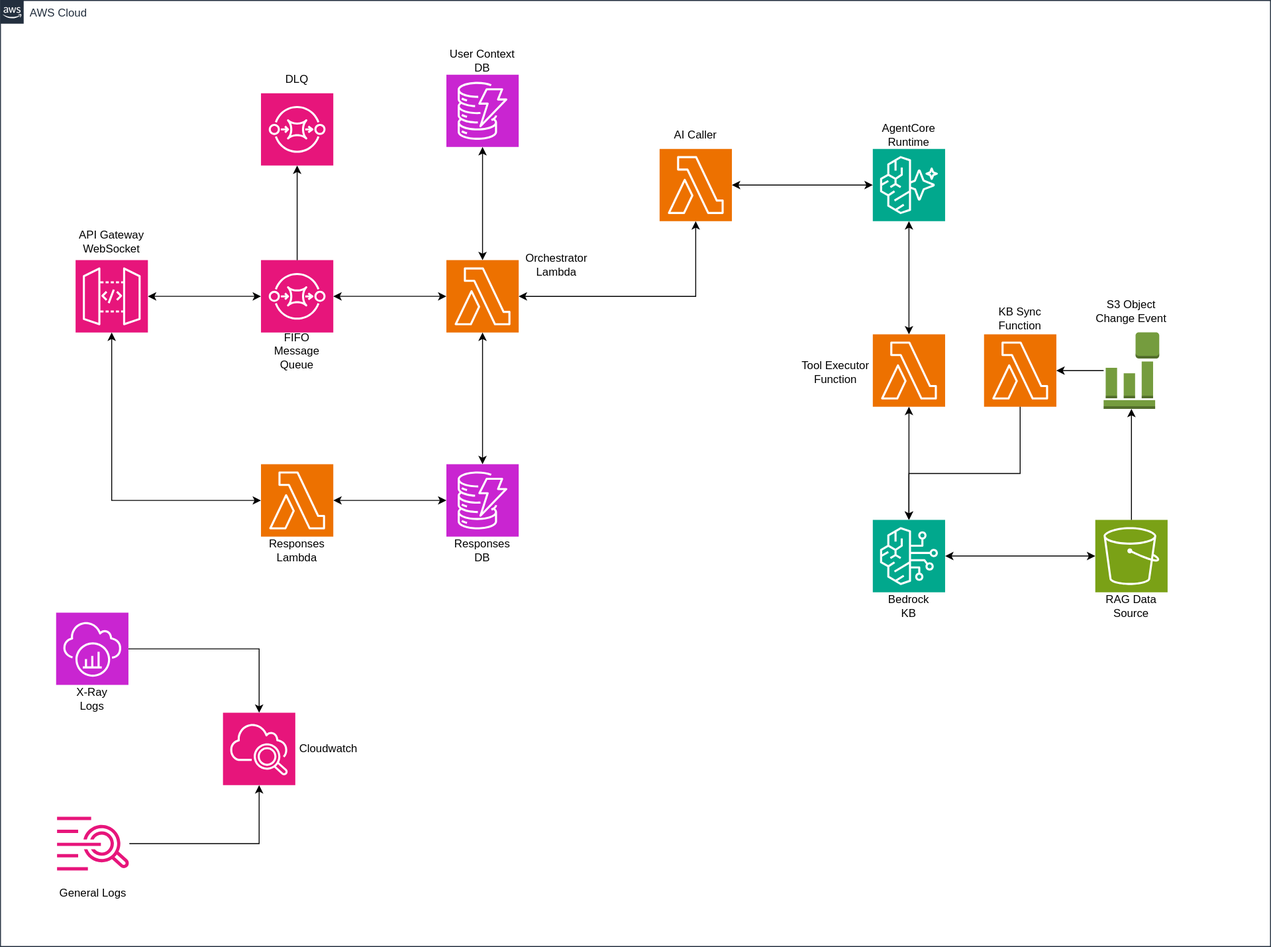
Earlier version of the draw.io export templates/chatbot-rag-agentcore-ws/docs/arquitetura/chatbot-agentcore-ws-non-streaming.drawio.svg (enriqTS/internal-repos-proj). Source tidied: cells renumbered, new cells last; positions are measured from the earlier drawing's top-left corner, leaving out a move shared by most shapes.
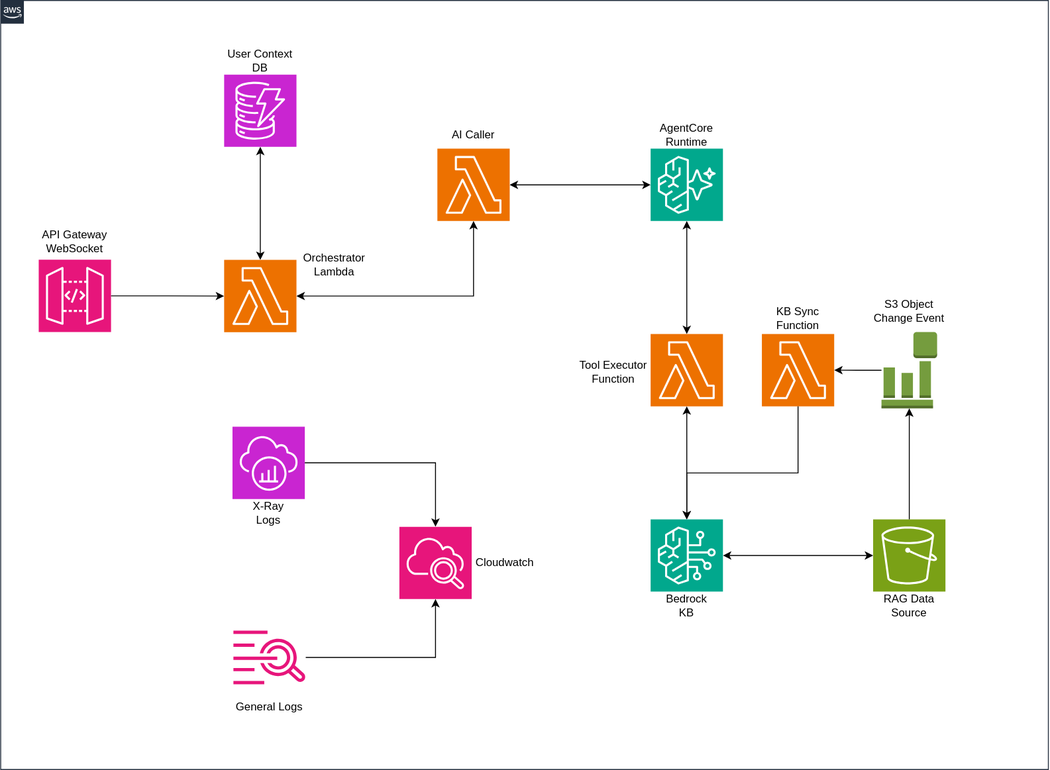
The same diagram one commit later.

Commit message:
docs: update architecture diagrams for WebSocket streaming and non-streaming variants

The edit, as a diff of the source:
```diff
@@ -2,27 +2,15 @@
   <root>
     <mxCell id="0" />
     <mxCell id="1" parent="0" />
-    <mxCell id="2" value="AWS Cloud" style="gradientColor=none;html=1;whiteSpace=wrap;fontSize=12;fontStyle=0;shape=mxgraph.aws4.group;grIcon=mxgraph.aws4.group_aws_cloud_alt;strokeColor=#232F3E;fillColor=none;verticalAlign=top;align=left;spacingLeft=30;fontColor=#232F3E;dashed=0;" parent="1" vertex="1">
-      <mxGeometry width="1370" height="1020" as="geometry" />
+    <mxCell id="2" value=" " style="gradientColor=none;html=1;whiteSpace=wrap;fontSize=12;fontStyle=0;shape=mxgraph.aws4.group;grIcon=mxgraph.aws4.group_aws_cloud_alt;strokeColor=#232F3E;fillColor=none;verticalAlign=top;align=left;spacingLeft=30;fontColor=#232F3E;dashed=0;" parent="1" vertex="1">
+      <mxGeometry x="240" width="1130" height="830" as="geometry" />
     </mxCell>
     <mxCell id="3" style="sketch=0;points=[[0,0,0],[0.25,0,0],[0.5,0,0],[0.75,0,0],[1,0,0],[0,1,0],[0.25,1,0],[0.5,1,0],[0.75,1,0],[1,1,0],[0,0.25,0],[0,0.5,0],[0,0.75,0],[1,0.25,0],[1,0.5,0],[1,0.75,0]];outlineConnect=0;fontColor=#232F3E;fillColor=#E7157B;strokeColor=#ffffff;dashed=0;verticalLabelPosition=bottom;verticalAlign=top;align=center;html=1;fontSize=12;fontStyle=0;shape=mxgraph.aws4.resourceIcon;resIcon=mxgraph.aws4.api_gateway;" parent="1" vertex="1">
-      <mxGeometry x="81" y="280" width="78" height="78" as="geometry" />
+      <mxGeometry x="281" y="279.8" width="78" height="78" as="geometry" />
     </mxCell>
     <mxCell id="4" value="API Gateway WebSocket" style="text;html=1;whiteSpace=wrap;strokeColor=none;fillColor=none;align=center;verticalAlign=middle;rounded=0;" parent="1" vertex="1">
-      <mxGeometry x="80" y="240" width="80" height="40" as="geometry" />
+      <mxGeometry x="280" y="239.8" width="80" height="40" as="geometry" />
     </mxCell>
-    <mxCell id="5" style="sketch=0;points=[[0,0,0],[0.25,0,0],[0.5,0,0],[0.75,0,0],[1,0,0],[0,1,0],[0.25,1,0],[0.5,1,0],[0.75,1,0],[1,1,0],[0,0.25,0],[0,0.5,0],[0,0.75,0],[1,0.25,0],[1,0.5,0],[1,0.75,0]];outlineConnect=0;fontColor=#232F3E;fillColor=#E7157B;strokeColor=#ffffff;dashed=0;verticalLabelPosition=bottom;verticalAlign=top;align=center;html=1;fontSize=12;fontStyle=0;shape=mxgraph.aws4.resourceIcon;resIcon=mxgraph.aws4.sqs;" parent="1" vertex="1">
-      <mxGeometry x="281" y="280" width="78" height="78" as="geometry" />
-    </mxCell>
-    <mxCell id="6" value="FIFO Message Queue" style="text;html=1;whiteSpace=wrap;strokeColor=none;fillColor=none;align=center;verticalAlign=middle;rounded=0;" parent="1" vertex="1">
-      <mxGeometry x="280" y="358" width="80" height="40" as="geometry" />
-    </mxCell>
-    <mxCell id="7" style="sketch=0;points=[[0,0,0],[0.25,0,0],[0.5,0,0],[0.75,0,0],[1,0,0],[0,1,0],[0.25,1,0],[0.5,1,0],[0.75,1,0],[1,1,0],[0,0.25,0],[0,0.5,0],[0,0.75,0],[1,0.25,0],[1,0.5,0],[1,0.75,0]];outlineConnect=0;fontColor=#232F3E;fillColor=#E7157B;strokeColor=#ffffff;dashed=0;verticalLabelPosition=bottom;verticalAlign=top;align=center;html=1;fontSize=12;fontStyle=0;shape=mxgraph.aws4.resourceIcon;resIcon=mxgraph.aws4.sqs;" parent="1" vertex="1">
-      <mxGeometry x="281" y="100" width="78" height="78" as="geometry" />
-    </mxCell>
-    <mxCell id="8" value="DLQ" style="text;html=1;whiteSpace=wrap;strokeColor=none;fillColor=none;align=center;verticalAlign=middle;rounded=0;" parent="1" vertex="1">
-      <mxGeometry x="290" y="70" width="60" height="30" as="geometry" />
-    </mxCell>
     <mxCell id="9" style="sketch=0;points=[[0,0,0],[0.25,0,0],[0.5,0,0],[0.75,0,0],[1,0,0],[0,1,0],[0.25,1,0],[0.5,1,0],[0.75,1,0],[1,1,0],[0,0.25,0],[0,0.5,0],[0,0.75,0],[1,0.25,0],[1,0.5,0],[1,0.75,0]];outlineConnect=0;fontColor=#232F3E;fillColor=#ED7100;strokeColor=#ffffff;dashed=0;verticalLabelPosition=bottom;verticalAlign=top;align=center;html=1;fontSize=12;fontStyle=0;shape=mxgraph.aws4.resourceIcon;resIcon=mxgraph.aws4.lambda;" parent="1" vertex="1">
       <mxGeometry x="481" y="280" width="78" height="78" as="geometry" />
     </mxCell>
@@ -53,18 +41,6 @@
     <mxCell id="18" value="User Context DB" style="text;html=1;whiteSpace=wrap;strokeColor=none;fillColor=none;align=center;verticalAlign=middle;rounded=0;" parent="1" vertex="1">
       <mxGeometry x="480" y="50" width="80" height="30" as="geometry" />
     </mxCell>
-    <mxCell id="19" style="sketch=0;points=[[0,0,0],[0.25,0,0],[0.5,0,0],[0.75,0,0],[1,0,0],[0,1,0],[0.25,1,0],[0.5,1,0],[0.75,1,0],[1,1,0],[0,0.25,0],[0,0.5,0],[0,0.75,0],[1,0.25,0],[1,0.5,0],[1,0.75,0]];outlineConnect=0;fontColor=#232F3E;fillColor=#C925D1;strokeColor=#ffffff;dashed=0;verticalLabelPosition=bottom;verticalAlign=top;align=center;html=1;fontSize=12;fontStyle=0;shape=mxgraph.aws4.resourceIcon;resIcon=mxgraph.aws4.dynamodb;" parent="1" vertex="1">
-      <mxGeometry x="481" y="500" width="78" height="78" as="geometry" />
-    </mxCell>
-    <mxCell id="20" value="Responses DB" style="text;html=1;whiteSpace=wrap;strokeColor=none;fillColor=none;align=center;verticalAlign=middle;rounded=0;" parent="1" vertex="1">
-      <mxGeometry x="480" y="578" width="80" height="30" as="geometry" />
-    </mxCell>
-    <mxCell id="21" style="sketch=0;points=[[0,0,0],[0.25,0,0],[0.5,0,0],[0.75,0,0],[1,0,0],[0,1,0],[0.25,1,0],[0.5,1,0],[0.75,1,0],[1,1,0],[0,0.25,0],[0,0.5,0],[0,0.75,0],[1,0.25,0],[1,0.5,0],[1,0.75,0]];outlineConnect=0;fontColor=#232F3E;fillColor=#ED7100;strokeColor=#ffffff;dashed=0;verticalLabelPosition=bottom;verticalAlign=top;align=center;html=1;fontSize=12;fontStyle=0;shape=mxgraph.aws4.resourceIcon;resIcon=mxgraph.aws4.lambda;" parent="1" vertex="1">
-      <mxGeometry x="281" y="500" width="78" height="78" as="geometry" />
-    </mxCell>
-    <mxCell id="22" value="Responses Lambda" style="text;html=1;whiteSpace=wrap;strokeColor=none;fillColor=none;align=center;verticalAlign=middle;rounded=0;" parent="1" vertex="1">
-      <mxGeometry x="280" y="578" width="80" height="30" as="geometry" />
-    </mxCell>
     <mxCell id="23" style="sketch=0;points=[[0,0,0],[0.25,0,0],[0.5,0,0],[0.75,0,0],[1,0,0],[0,1,0],[0.25,1,0],[0.5,1,0],[0.75,1,0],[1,1,0],[0,0.25,0],[0,0.5,0],[0,0.75,0],[1,0.25,0],[1,0.5,0],[1,0.75,0]];outlineConnect=0;fontColor=#232F3E;fillColor=#01A88D;strokeColor=#ffffff;dashed=0;verticalLabelPosition=bottom;verticalAlign=top;align=center;html=1;fontSize=12;fontStyle=0;shape=mxgraph.aws4.resourceIcon;resIcon=mxgraph.aws4.bedrock;" parent="1" vertex="1">
       <mxGeometry x="941" y="560" width="78" height="78" as="geometry" />
     </mxCell>
@@ -90,32 +66,23 @@
       <mxGeometry x="1060" y="328" width="80" height="30" as="geometry" />
     </mxCell>
     <mxCell id="31" style="sketch=0;points=[[0,0,0],[0.25,0,0],[0.5,0,0],[0.75,0,0],[1,0,0],[0,1,0],[0.25,1,0],[0.5,1,0],[0.75,1,0],[1,1,0],[0,0.25,0],[0,0.5,0],[0,0.75,0],[1,0.25,0],[1,0.5,0],[1,0.75,0]];outlineConnect=0;fontColor=#232F3E;fillColor=#E7157B;strokeColor=#ffffff;dashed=0;verticalLabelPosition=bottom;verticalAlign=top;align=center;html=1;fontSize=12;fontStyle=0;shape=mxgraph.aws4.resourceIcon;resIcon=mxgraph.aws4.cloudwatch_2;" parent="1" vertex="1">
-      <mxGeometry x="240" y="768" width="78" height="78" as="geometry" />
+      <mxGeometry x="670" y="568" width="78" height="78" as="geometry" />
     </mxCell>
     <mxCell id="32" value="Cloudwatch" style="text;html=1;whiteSpace=wrap;strokeColor=none;fillColor=none;align=center;verticalAlign=middle;rounded=0;" parent="1" vertex="1">
-      <mxGeometry x="318" y="792" width="72" height="30" as="geometry" />
+      <mxGeometry x="748" y="592" width="72" height="30" as="geometry" />
     </mxCell>
     <mxCell id="33" style="sketch=0;points=[[0,0,0],[0.25,0,0],[0.5,0,0],[0.75,0,0],[1,0,0],[0,1,0],[0.25,1,0],[0.5,1,0],[0.75,1,0],[1,1,0],[0,0.25,0],[0,0.5,0],[0,0.75,0],[1,0.25,0],[1,0.5,0],[1,0.75,0]];outlineConnect=0;fontColor=#232F3E;fillColor=#C925D1;strokeColor=#ffffff;dashed=0;verticalLabelPosition=bottom;verticalAlign=top;align=center;html=1;fontSize=12;fontStyle=0;shape=mxgraph.aws4.resourceIcon;resIcon=mxgraph.aws4.xray;" parent="1" vertex="1">
-      <mxGeometry x="60" y="660" width="78" height="78" as="geometry" />
+      <mxGeometry x="490" y="460" width="78" height="78" as="geometry" />
     </mxCell>
     <mxCell id="34" value="X-Ray Logs" style="text;html=1;whiteSpace=wrap;strokeColor=none;fillColor=none;align=center;verticalAlign=middle;rounded=0;" parent="1" vertex="1">
-      <mxGeometry x="69" y="738" width="60" height="30" as="geometry" />
+      <mxGeometry x="499" y="538" width="60" height="30" as="geometry" />
     </mxCell>
     <mxCell id="35" style="sketch=0;outlineConnect=0;fontColor=#232F3E;gradientColor=none;fillColor=#E7157B;strokeColor=none;dashed=0;verticalLabelPosition=bottom;verticalAlign=top;align=center;html=1;fontSize=12;fontStyle=0;shape=mxgraph.aws4.cloudwatch_logs;" parent="1" vertex="1">
-      <mxGeometry x="61" y="880" width="78" height="58" as="geometry" />
+      <mxGeometry x="491" y="680" width="78" height="58" as="geometry" />
     </mxCell>
     <mxCell id="36" value="General Logs" style="text;html=1;whiteSpace=wrap;strokeColor=none;fillColor=none;align=center;verticalAlign=middle;rounded=0;" parent="1" vertex="1">
-      <mxGeometry x="60" y="948" width="80" height="30" as="geometry" />
+      <mxGeometry x="490" y="748" width="80" height="30" as="geometry" />
     </mxCell>
-    <mxCell id="37" style="edgeStyle=orthogonalEdgeStyle;rounded=0;jettySize=auto;html=1;startArrow=classic;startFill=1;" parent="1" edge="1" source="3" target="5">
-      <mxGeometry relative="1" as="geometry" />
-    </mxCell>
-    <mxCell id="38" style="edgeStyle=orthogonalEdgeStyle;rounded=0;jettySize=auto;html=1;" parent="1" edge="1" source="5" target="7">
-      <mxGeometry relative="1" as="geometry" />
-    </mxCell>
-    <mxCell id="39" style="edgeStyle=orthogonalEdgeStyle;rounded=0;jettySize=auto;html=1;startArrow=classic;startFill=1;" parent="1" edge="1" source="5" target="9">
-      <mxGeometry relative="1" as="geometry" />
-    </mxCell>
     <mxCell id="40" style="edgeStyle=orthogonalEdgeStyle;rounded=0;jettySize=auto;html=1;startArrow=classic;startFill=1;" parent="1" edge="1" source="9" target="11">
       <mxGeometry relative="1" as="geometry" />
     </mxCell>
@@ -148,24 +115,14 @@
     <mxCell id="48" style="edgeStyle=orthogonalEdgeStyle;rounded=0;jettySize=auto;html=1;startArrow=classic;startFill=1;" parent="1" edge="1" source="9" target="17">
       <mxGeometry relative="1" as="geometry" />
     </mxCell>
-    <mxCell id="49" style="edgeStyle=orthogonalEdgeStyle;rounded=0;jettySize=auto;html=1;startArrow=classic;startFill=1;" parent="1" edge="1" source="9" target="19">
-      <mxGeometry relative="1" as="geometry" />
-    </mxCell>
-    <mxCell id="50" style="edgeStyle=orthogonalEdgeStyle;rounded=0;jettySize=auto;html=1;startArrow=classic;startFill=1;" parent="1" edge="1" source="3" target="21">
-      <mxGeometry relative="1" as="geometry">
-        <Array as="points">
-          <mxPoint x="120" y="539" />
-        </Array>
-      </mxGeometry>
-    </mxCell>
-    <mxCell id="51" style="edgeStyle=orthogonalEdgeStyle;rounded=0;jettySize=auto;html=1;startArrow=classic;startFill=1;" parent="1" edge="1" source="21" target="19">
-      <mxGeometry relative="1" as="geometry" />
-    </mxCell>
     <mxCell id="52" style="edgeStyle=orthogonalEdgeStyle;rounded=0;jettySize=auto;html=1;" parent="1" edge="1" source="33" target="31">
       <mxGeometry relative="1" as="geometry" />
     </mxCell>
     <mxCell id="53" style="edgeStyle=orthogonalEdgeStyle;rounded=0;jettySize=auto;html=1;" parent="1" edge="1" source="35" target="31">
       <mxGeometry relative="1" as="geometry" />
     </mxCell>
+    <mxCell id="54" style="edgeStyle=orthogonalEdgeStyle;rounded=0;jettySize=auto;html=1;entryX=0;entryY=0.5;entryDx=0;entryDy=0;entryPerimeter=0;" parent="1" edge="1" source="3" target="9">
+      <mxGeometry relative="1" as="geometry" />
+    </mxCell>
   </root>
 </mxGraphModel>
```
